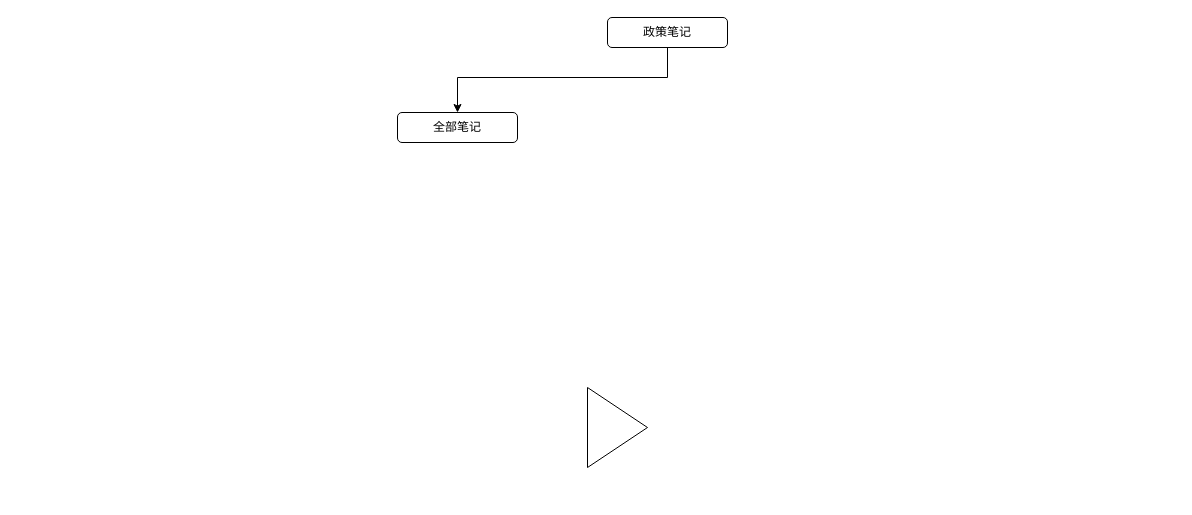
Earlier version of the draw.io diagram mapo.drawio (cocokoo/website). Source tidied: cells renumbered, new cells numbered last; positions are measured from the earlier drawing's top-left corner, leaving out a move shared by most shapes. Both pictures are drawn from the tidied source at 100%, with x=0, y=0 at pixel (397, 17).
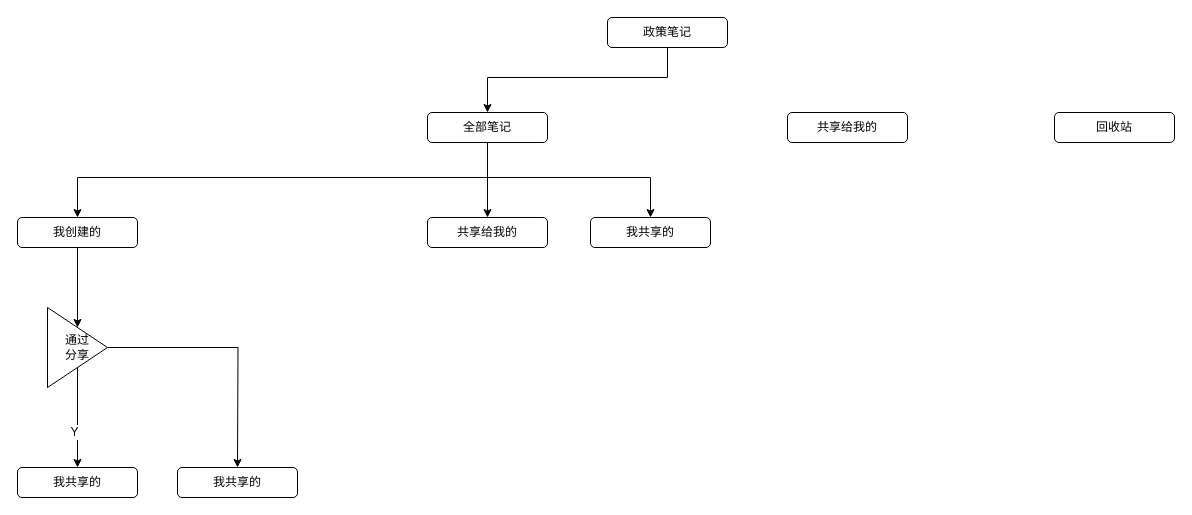
Above is the later version.

Unchanged cells that the change refers to:
```xml
<mxCell id="4" value="政策笔记" style="rounded=1;whiteSpace=wrap;html=1;" parent="1" vertex="1">
  <mxGeometry x="210" width="120" height="30" as="geometry" />
</mxCell>
```

What changed in the source:
```diff
@@
-    <mxCell id="2" style="triangle;whiteSpace=wrap;html=1;" parent="1" vertex="1">
-      <mxGeometry x="190" y="370" width="60" height="80" as="geometry" />
-    </mxCell>
     <mxCell id="3" style="edgeStyle=orthogonalEdgeStyle;rounded=0;jettySize=auto;html=1;entryX=0.5;entryY=0;entryDx=0;entryDy=0;exitX=0.5;exitY=1;exitDx=0;exitDy=0;" parent="1" edge="1" source="4" target="5">
       <mxGeometry relative="1" as="geometry">
         <Array as="points">
           <mxPoint x="270" y="60" />
-          <mxPoint x="60" y="60" />
+          <mxPoint x="90" y="60" />
         </Array>
       </mxGeometry>
     </mxCell>
@@
+    <mxCell id="6" style="edgeStyle=orthogonalEdgeStyle;rounded=0;jettySize=auto;html=1;" parent="1" edge="1" source="5" target="12">
+      <mxGeometry relative="1" as="geometry">
+        <Array as="points">
+          <mxPoint x="90" y="160" />
+          <mxPoint x="-320" y="160" />
+        </Array>
+      </mxGeometry>
+    </mxCell>
+    <mxCell id="7" style="edgeStyle=orthogonalEdgeStyle;rounded=0;jettySize=auto;html=1;entryX=0.5;entryY=0;entryDx=0;entryDy=0;" parent="1" edge="1" source="5" target="13">
+      <mxGeometry relative="1" as="geometry" />
+    </mxCell>
+    <mxCell id="8" style="edgeStyle=orthogonalEdgeStyle;rounded=0;jettySize=auto;html=1;exitX=0.5;exitY=1;exitDx=0;exitDy=0;" parent="1" edge="1" source="5" target="14">
+      <mxGeometry relative="1" as="geometry">
+        <Array as="points">
+          <mxPoint x="90" y="160" />
+          <mxPoint x="253" y="160" />
+        </Array>
+      </mxGeometry>
+    </mxCell>
     <mxCell id="5" value="全部笔记" style="rounded=1;whiteSpace=wrap;html=1;" parent="1" vertex="1">
-      <mxGeometry y="95" width="120" height="30" as="geometry" />
+      <mxGeometry x="30" y="95" width="120" height="30" as="geometry" />
     </mxCell>
+    <mxCell id="9" value="共享给我的" style="rounded=1;whiteSpace=wrap;html=1;" parent="1" vertex="1">
+      <mxGeometry x="390" y="95" width="120" height="30" as="geometry" />
+    </mxCell>
+    <mxCell id="10" value="回收站" style="rounded=1;whiteSpace=wrap;html=1;" parent="1" vertex="1">
+      <mxGeometry x="657" y="95" width="120" height="30" as="geometry" />
+    </mxCell>
+    <mxCell id="11" style="edgeStyle=orthogonalEdgeStyle;rounded=0;jettySize=auto;html=1;" parent="1" edge="1" source="12" target="18">
+      <mxGeometry relative="1" as="geometry" />
+    </mxCell>
+    <mxCell id="12" value="我创建的" style="rounded=1;whiteSpace=wrap;html=1;" parent="1" vertex="1">
+      <mxGeometry x="-380" y="200" width="120" height="30" as="geometry" />
+    </mxCell>
+    <mxCell id="13" value="共享给我的" style="rounded=1;whiteSpace=wrap;html=1;" parent="1" vertex="1">
+      <mxGeometry x="30" y="200" width="120" height="30" as="geometry" />
+    </mxCell>
+    <mxCell id="14" value="我共享的" style="rounded=1;whiteSpace=wrap;html=1;" parent="1" vertex="1">
+      <mxGeometry x="193" y="200" width="120" height="30" as="geometry" />
+    </mxCell>
+    <mxCell id="15" style="edgeStyle=orthogonalEdgeStyle;rounded=0;jettySize=auto;html=1;exitX=0.5;exitY=1;exitDx=0;exitDy=0;" parent="1" edge="1" source="18" target="19">
+      <mxGeometry relative="1" as="geometry" />
+    </mxCell>
+    <mxCell id="16" value="Y" style="text;html=1;align=center;verticalAlign=middle;labelBackgroundColor=#ffffff;" parent="15" vertex="1">
+      <mxGeometry x="0.28" y="-4" relative="1" as="geometry" />
+    </mxCell>
+    <mxCell id="17" style="edgeStyle=orthogonalEdgeStyle;rounded=0;jettySize=auto;html=1;" parent="1" edge="1" source="18">
+      <mxGeometry relative="1" as="geometry">
+        <mxPoint x="-160" y="450" as="targetPoint" />
+      </mxGeometry>
+    </mxCell>
+    <mxCell id="18" value="通过&lt;br&gt;分享" style="triangle;whiteSpace=wrap;html=1;" parent="1" vertex="1">
+      <mxGeometry x="-350" y="290" width="60" height="80" as="geometry" />
+    </mxCell>
+    <mxCell id="19" value="我共享的" style="rounded=1;whiteSpace=wrap;html=1;" parent="1" vertex="1">
+      <mxGeometry x="-380" y="450" width="120" height="30" as="geometry" />
+    </mxCell>
+    <mxCell id="20" value="我共享的" style="rounded=1;whiteSpace=wrap;html=1;" parent="1" vertex="1">
+      <mxGeometry x="-220" y="450" width="120" height="30" as="geometry" />
+    </mxCell>
```
